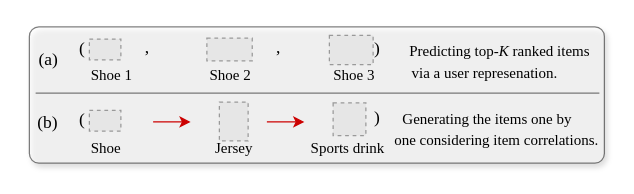
Above: generative-illustr.drawio in wenqisun/data (draw.io), before the change. Source tidied: cells renumbered, new cells numbered last; positions are measured from the earlier drawing's top-left corner, leaving out a move shared by most shapes. Both pictures are drawn from the tidied source at 125%, with x=0, y=0 at pixel (21, 26). Pictures stored in the file or linked from it are replaced by grey dashed boxes.
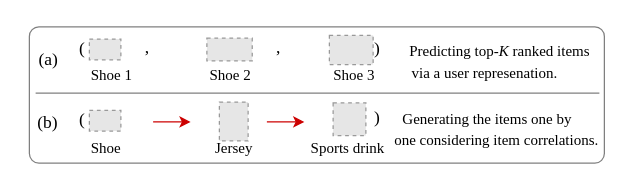
The same diagram, later.

Diff of the diagram source:
```diff
@@
-    <mxCell id="2" style="rounded=1;whiteSpace=wrap;html=1;fontFamily=Comic Sans MS;fontSize=12;arcSize=7;glass=0;shadow=1;opacity=50;" parent="1" vertex="1">
+    <mxCell id="2" style="rounded=1;whiteSpace=wrap;html=1;fontFamily=Comic Sans MS;fontSize=12;arcSize=7;glass=1;shadow=0;opacity=50;fillColor=none;fillStyle=auto;gradientColor=default;" parent="1" vertex="1">
       <mxGeometry x="6" width="460" height="109" as="geometry" />
     </mxCell>
```
